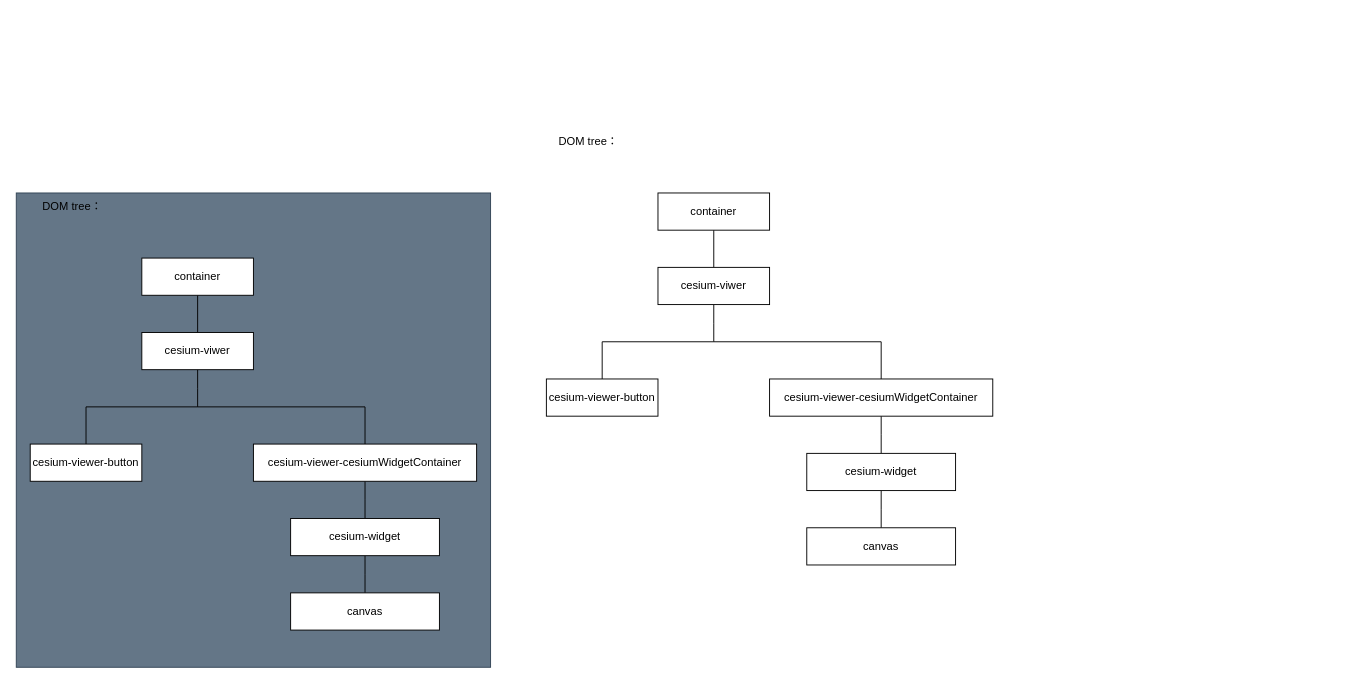
bigbigbig2/mind-map keeps this draw.io diagram as page "Viewer" (2 of 3) of cesium.drawio. Above is the earlier version. Source tidied: cells renumbered, new cells numbered last; positions are measured from the earlier drawing's top-left corner, leaving out a move shared by most shapes. Both pictures are drawn from the tidied source at 93%, with x=0, y=0 at pixel (16, 127).
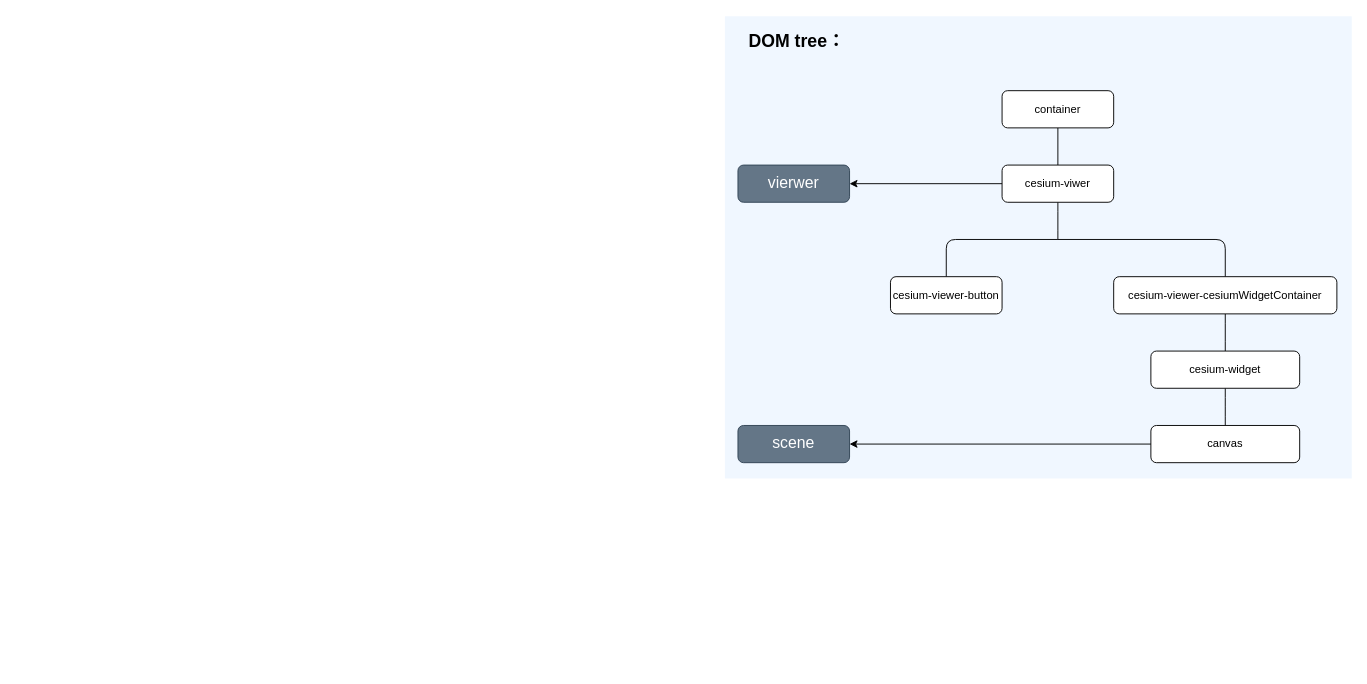
The same page after the edit.

Change to the diagram source:
```diff
@@
-    <mxCell id="2" style="edgeStyle=elbowEdgeStyle;rounded=0;jettySize=auto;html=1;startArrow=none;endArrow=none;strokeColor=default;exitX=0.5;exitY=1;exitDx=0;exitDy=0;entryX=0.5;entryY=0;entryDx=0;entryDy=0;" parent="1" edge="1" source="5" target="7">
-      <mxGeometry relative="1" as="geometry">
-        <Array as="points">
-          <mxPoint x="750" y="150" />
-          <mxPoint x="590" y="160" />
-          <mxPoint x="720" y="120" />
-          <mxPoint x="720" y="120" />
-          <mxPoint x="600" y="130" />
-        </Array>
-      </mxGeometry>
-    </mxCell>
-    <mxCell id="3" style="edgeStyle=elbowEdgeStyle;rounded=0;jettySize=auto;html=1;startArrow=none;endArrow=none;strokeColor=default;entryX=0.5;entryY=0;entryDx=0;entryDy=0;" parent="1" edge="1" target="10">
-      <mxGeometry relative="1" as="geometry">
-        <mxPoint x="750" y="230" as="sourcePoint" />
-        <Array as="points">
-          <mxPoint x="930" y="250" />
-          <mxPoint x="910" y="150" />
-          <mxPoint x="890" y="120" />
-        </Array>
-      </mxGeometry>
-    </mxCell>
-    <mxCell id="4" style="edgeStyle=elbowEdgeStyle;jettySize=auto;html=1;startArrow=none;endArrow=none;strokeColor=default;rounded=0;" parent="1" edge="1" target="11">
-      <mxGeometry relative="1" as="geometry">
-        <mxPoint x="750" y="230" as="sourcePoint" />
-        <Array as="points">
-          <mxPoint x="630" y="260" />
-          <mxPoint x="600" y="250" />
-          <mxPoint x="750" y="240" />
-        </Array>
-      </mxGeometry>
-    </mxCell>
-    <mxCell id="5" value="container" style="whiteSpace=wrap;html=1;align=center;newEdgeStyle={&quot;edgeStyle&quot;:&quot;elbowEdgeStyle&quot;,&quot;startArrow&quot;:&quot;none&quot;,&quot;endArrow&quot;:&quot;none&quot;};rounded=0;" parent="1" vertex="1">
-      <mxGeometry x="690" y="70" width="120" height="40" as="geometry" />
-    </mxCell>
-    <mxCell id="6" style="edgeStyle=elbowEdgeStyle;rounded=0;jettySize=auto;html=1;startArrow=none;endArrow=none;strokeColor=default;" parent="1" edge="1" source="7">
-      <mxGeometry relative="1" as="geometry">
-        <mxPoint x="750" y="230" as="targetPoint" />
-      </mxGeometry>
-    </mxCell>
-    <mxCell id="7" value="cesium-viwer" style="whiteSpace=wrap;html=1;align=center;newEdgeStyle={&quot;edgeStyle&quot;:&quot;elbowEdgeStyle&quot;,&quot;startArrow&quot;:&quot;none&quot;,&quot;endArrow&quot;:&quot;none&quot;};rounded=0;" parent="1" vertex="1">
-      <mxGeometry x="690" y="150" width="120" height="40" as="geometry" />
-    </mxCell>
-    <mxCell id="8" value="DOM tree：" style="text;html=1;align=center;verticalAlign=middle;strokeColor=none;fillColor=none;rounded=0;" parent="1" vertex="1">
-      <mxGeometry x="570" width="90" height="30" as="geometry" />
-    </mxCell>
-    <mxCell id="9" style="edgeStyle=elbowEdgeStyle;rounded=0;jettySize=auto;html=1;startArrow=none;endArrow=none;" parent="1" edge="1" source="10" target="13">
-      <mxGeometry relative="1" as="geometry" />
-    </mxCell>
-    <mxCell id="10" value="cesium-viewer-cesiumWidgetContainer" style="whiteSpace=wrap;html=1;align=center;newEdgeStyle={&quot;edgeStyle&quot;:&quot;elbowEdgeStyle&quot;,&quot;startArrow&quot;:&quot;none&quot;,&quot;endArrow&quot;:&quot;none&quot;};rounded=0;" parent="1" vertex="1">
-      <mxGeometry x="810" y="270" width="240" height="40" as="geometry" />
-    </mxCell>
-    <mxCell id="11" value="cesium-viewer-button" style="whiteSpace=wrap;html=1;align=center;newEdgeStyle={&quot;edgeStyle&quot;:&quot;elbowEdgeStyle&quot;,&quot;startArrow&quot;:&quot;none&quot;,&quot;endArrow&quot;:&quot;none&quot;};rounded=0;" parent="1" vertex="1">
-      <mxGeometry x="570" y="270" width="120" height="40" as="geometry" />
-    </mxCell>
-    <mxCell id="12" style="edgeStyle=elbowEdgeStyle;rounded=0;jettySize=auto;html=1;startArrow=none;endArrow=none;" parent="1" edge="1" source="13" target="14">
-      <mxGeometry relative="1" as="geometry" />
-    </mxCell>
-    <mxCell id="13" value="cesium-widget" style="whiteSpace=wrap;html=1;align=center;newEdgeStyle={&quot;edgeStyle&quot;:&quot;elbowEdgeStyle&quot;,&quot;startArrow&quot;:&quot;none&quot;,&quot;endArrow&quot;:&quot;none&quot;};rounded=0;" parent="1" vertex="1">
-      <mxGeometry x="850" y="350" width="160" height="40" as="geometry" />
-    </mxCell>
-    <mxCell id="14" value="canvas" style="whiteSpace=wrap;html=1;align=center;newEdgeStyle={&quot;edgeStyle&quot;:&quot;elbowEdgeStyle&quot;,&quot;startArrow&quot;:&quot;none&quot;,&quot;endArrow&quot;:&quot;none&quot;};rounded=0;" parent="1" vertex="1">
-      <mxGeometry x="850" y="430" width="160" height="40" as="geometry" />
-    </mxCell>
-    <mxCell id="15" style="whiteSpace=wrap;html=1;fillColor=#647687;strokeColor=#314354;fontColor=#ffffff;" parent="1" vertex="1">
-      <mxGeometry y="70" width="510" height="510" as="geometry" />
-    </mxCell>
-    <mxCell id="16" style="edgeStyle=elbowEdgeStyle;rounded=0;jettySize=auto;html=1;startArrow=none;endArrow=none;strokeColor=default;exitX=0.5;exitY=1;exitDx=0;exitDy=0;entryX=0.5;entryY=0;entryDx=0;entryDy=0;" parent="1" edge="1" source="19" target="21">
-      <mxGeometry relative="1" as="geometry">
-        <Array as="points">
-          <mxPoint x="195" y="220" />
-          <mxPoint x="35" y="230" />
-          <mxPoint x="165" y="190" />
-          <mxPoint x="165" y="190" />
-          <mxPoint x="45" y="200" />
-        </Array>
-      </mxGeometry>
-    </mxCell>
-    <mxCell id="17" style="edgeStyle=elbowEdgeStyle;rounded=0;jettySize=auto;html=1;startArrow=none;endArrow=none;strokeColor=default;entryX=0.5;entryY=0;entryDx=0;entryDy=0;" parent="1" edge="1" target="24">
-      <mxGeometry relative="1" as="geometry">
-        <mxPoint x="195" y="300" as="sourcePoint" />
-        <Array as="points">
-          <mxPoint x="375" y="320" />
-          <mxPoint x="355" y="220" />
-          <mxPoint x="335" y="190" />
-        </Array>
-      </mxGeometry>
-    </mxCell>
-    <mxCell id="18" style="edgeStyle=elbowEdgeStyle;jettySize=auto;html=1;startArrow=none;endArrow=none;strokeColor=default;rounded=0;" parent="1" edge="1" target="25">
-      <mxGeometry relative="1" as="geometry">
-        <mxPoint x="195" y="300" as="sourcePoint" />
-        <Array as="points">
-          <mxPoint x="75" y="330" />
-          <mxPoint x="45" y="320" />
-          <mxPoint x="195" y="310" />
-        </Array>
-      </mxGeometry>
-    </mxCell>
-    <mxCell id="19" value="container" style="whiteSpace=wrap;html=1;align=center;newEdgeStyle={&quot;edgeStyle&quot;:&quot;elbowEdgeStyle&quot;,&quot;startArrow&quot;:&quot;none&quot;,&quot;endArrow&quot;:&quot;none&quot;};rounded=0;" parent="1" vertex="1">
-      <mxGeometry x="135" y="140" width="120" height="40" as="geometry" />
-    </mxCell>
-    <mxCell id="20" style="edgeStyle=elbowEdgeStyle;rounded=0;jettySize=auto;html=1;startArrow=none;endArrow=none;strokeColor=default;" parent="1" edge="1" source="21">
-      <mxGeometry relative="1" as="geometry">
-        <mxPoint x="195" y="300" as="targetPoint" />
-      </mxGeometry>
-    </mxCell>
-    <mxCell id="21" value="cesium-viwer" style="whiteSpace=wrap;html=1;align=center;newEdgeStyle={&quot;edgeStyle&quot;:&quot;elbowEdgeStyle&quot;,&quot;startArrow&quot;:&quot;none&quot;,&quot;endArrow&quot;:&quot;none&quot;};rounded=0;" parent="1" vertex="1">
-      <mxGeometry x="135" y="220" width="120" height="40" as="geometry" />
-    </mxCell>
-    <mxCell id="22" value="DOM tree：" style="text;html=1;align=center;verticalAlign=middle;strokeColor=none;fillColor=none;rounded=0;" parent="1" vertex="1">
-      <mxGeometry x="15" y="70" width="90" height="30" as="geometry" />
-    </mxCell>
-    <mxCell id="23" style="edgeStyle=elbowEdgeStyle;rounded=0;jettySize=auto;html=1;startArrow=none;endArrow=none;" parent="1" edge="1" source="24" target="27">
-      <mxGeometry relative="1" as="geometry" />
-    </mxCell>
-    <mxCell id="24" value="cesium-viewer-cesiumWidgetContainer" style="whiteSpace=wrap;html=1;align=center;newEdgeStyle={&quot;edgeStyle&quot;:&quot;elbowEdgeStyle&quot;,&quot;startArrow&quot;:&quot;none&quot;,&quot;endArrow&quot;:&quot;none&quot;};rounded=0;" parent="1" vertex="1">
-      <mxGeometry x="255" y="340" width="240" height="40" as="geometry" />
-    </mxCell>
-    <mxCell id="25" value="cesium-viewer-button" style="whiteSpace=wrap;html=1;align=center;newEdgeStyle={&quot;edgeStyle&quot;:&quot;elbowEdgeStyle&quot;,&quot;startArrow&quot;:&quot;none&quot;,&quot;endArrow&quot;:&quot;none&quot;};rounded=0;" parent="1" vertex="1">
-      <mxGeometry x="15" y="340" width="120" height="40" as="geometry" />
-    </mxCell>
-    <mxCell id="26" style="edgeStyle=elbowEdgeStyle;rounded=0;jettySize=auto;html=1;startArrow=none;endArrow=none;" parent="1" edge="1" source="27" target="28">
-      <mxGeometry relative="1" as="geometry" />
-    </mxCell>
-    <mxCell id="27" value="cesium-widget" style="whiteSpace=wrap;html=1;align=center;newEdgeStyle={&quot;edgeStyle&quot;:&quot;elbowEdgeStyle&quot;,&quot;startArrow&quot;:&quot;none&quot;,&quot;endArrow&quot;:&quot;none&quot;};rounded=0;" parent="1" vertex="1">
-      <mxGeometry x="295" y="420" width="160" height="40" as="geometry" />
-    </mxCell>
-    <mxCell id="28" value="canvas" style="whiteSpace=wrap;html=1;align=center;newEdgeStyle={&quot;edgeStyle&quot;:&quot;elbowEdgeStyle&quot;,&quot;startArrow&quot;:&quot;none&quot;,&quot;endArrow&quot;:&quot;none&quot;};rounded=0;" parent="1" vertex="1">
-      <mxGeometry x="295" y="500" width="160" height="40" as="geometry" />
-    </mxCell>
+    <mxCell id="29" style="rounded=0;whiteSpace=wrap;html=1;dashed=1;fillColor=#cce5ff;opacity=30;strokeColor=none;" parent="1" vertex="1">
+      <mxGeometry x="762" y="-120" width="674" height="497" as="geometry" />
+    </mxCell>
+    <mxCell id="30" style="edgeStyle=elbowEdgeStyle;rounded=1;jettySize=auto;html=1;startArrow=none;endArrow=none;strokeColor=default;exitX=0.5;exitY=1;exitDx=0;exitDy=0;entryX=0.5;entryY=0;entryDx=0;entryDy=0;" parent="1" edge="1" source="33" target="35">
+      <mxGeometry relative="1" as="geometry">
+        <Array as="points">
+          <mxPoint x="1120" y="40" />
+          <mxPoint x="960" y="50" />
+          <mxPoint x="1090" y="10" />
+          <mxPoint x="1090" y="10" />
+          <mxPoint x="970" y="20" />
+        </Array>
+      </mxGeometry>
+    </mxCell>
+    <mxCell id="31" style="edgeStyle=elbowEdgeStyle;rounded=1;jettySize=auto;html=1;startArrow=none;endArrow=none;strokeColor=default;entryX=0.5;entryY=0;entryDx=0;entryDy=0;" parent="1" edge="1" target="38">
+      <mxGeometry relative="1" as="geometry">
+        <mxPoint x="1120" y="120" as="sourcePoint" />
+        <Array as="points">
+          <mxPoint x="1300" y="140" />
+          <mxPoint x="1280" y="40" />
+          <mxPoint x="1260" y="10" />
+        </Array>
+      </mxGeometry>
+    </mxCell>
+    <mxCell id="32" style="edgeStyle=elbowEdgeStyle;jettySize=auto;html=1;startArrow=none;endArrow=none;strokeColor=default;rounded=1;" parent="1" edge="1" target="39">
+      <mxGeometry relative="1" as="geometry">
+        <mxPoint x="1120" y="120" as="sourcePoint" />
+        <Array as="points">
+          <mxPoint x="1000" y="150" />
+          <mxPoint x="970" y="140" />
+          <mxPoint x="1120" y="130" />
+        </Array>
+      </mxGeometry>
+    </mxCell>
+    <mxCell id="33" value="container" style="whiteSpace=wrap;html=1;align=center;newEdgeStyle={&quot;edgeStyle&quot;:&quot;elbowEdgeStyle&quot;,&quot;startArrow&quot;:&quot;none&quot;,&quot;endArrow&quot;:&quot;none&quot;};rounded=1;" parent="1" vertex="1">
+      <mxGeometry x="1060" y="-40" width="120" height="40" as="geometry" />
+    </mxCell>
+    <mxCell id="34" style="edgeStyle=elbowEdgeStyle;rounded=1;jettySize=auto;html=1;startArrow=none;endArrow=none;strokeColor=default;" parent="1" edge="1" source="35">
+      <mxGeometry relative="1" as="geometry">
+        <mxPoint x="1120" y="120" as="targetPoint" />
+      </mxGeometry>
+    </mxCell>
+    <mxCell id="35" value="cesium-viwer" style="whiteSpace=wrap;html=1;align=center;newEdgeStyle={&quot;edgeStyle&quot;:&quot;elbowEdgeStyle&quot;,&quot;startArrow&quot;:&quot;none&quot;,&quot;endArrow&quot;:&quot;none&quot;};rounded=1;" parent="1" vertex="1">
+      <mxGeometry x="1060" y="40" width="120" height="40" as="geometry" />
+    </mxCell>
+    <mxCell id="36" value="&lt;font style=&quot;font-size: 19px;&quot;&gt;&lt;b&gt;DOM tree：&lt;/b&gt;&lt;/font&gt;" style="text;html=1;align=center;verticalAlign=middle;strokeColor=none;fillColor=none;rounded=1;" parent="1" vertex="1">
+      <mxGeometry x="778" y="-111" width="121" height="35" as="geometry" />
+    </mxCell>
+    <mxCell id="37" style="edgeStyle=elbowEdgeStyle;rounded=1;jettySize=auto;html=1;startArrow=none;endArrow=none;" parent="1" edge="1" source="38" target="41">
+      <mxGeometry relative="1" as="geometry" />
+    </mxCell>
+    <mxCell id="38" value="cesium-viewer-cesiumWidgetContainer" style="whiteSpace=wrap;html=1;align=center;newEdgeStyle={&quot;edgeStyle&quot;:&quot;elbowEdgeStyle&quot;,&quot;startArrow&quot;:&quot;none&quot;,&quot;endArrow&quot;:&quot;none&quot;};rounded=1;" parent="1" vertex="1">
+      <mxGeometry x="1180" y="160" width="240" height="40" as="geometry" />
+    </mxCell>
+    <mxCell id="39" value="cesium-viewer-button" style="whiteSpace=wrap;html=1;align=center;newEdgeStyle={&quot;edgeStyle&quot;:&quot;elbowEdgeStyle&quot;,&quot;startArrow&quot;:&quot;none&quot;,&quot;endArrow&quot;:&quot;none&quot;};rounded=1;" parent="1" vertex="1">
+      <mxGeometry x="940" y="160" width="120" height="40" as="geometry" />
+    </mxCell>
+    <mxCell id="40" style="edgeStyle=elbowEdgeStyle;rounded=1;jettySize=auto;html=1;startArrow=none;endArrow=none;" parent="1" edge="1" source="41" target="42">
+      <mxGeometry relative="1" as="geometry" />
+    </mxCell>
+    <mxCell id="41" value="cesium-widget" style="whiteSpace=wrap;html=1;align=center;newEdgeStyle={&quot;edgeStyle&quot;:&quot;elbowEdgeStyle&quot;,&quot;startArrow&quot;:&quot;none&quot;,&quot;endArrow&quot;:&quot;none&quot;};rounded=1;" parent="1" vertex="1">
+      <mxGeometry x="1220" y="240" width="160" height="40" as="geometry" />
+    </mxCell>
+    <mxCell id="42" value="canvas" style="whiteSpace=wrap;html=1;align=center;newEdgeStyle={&quot;edgeStyle&quot;:&quot;elbowEdgeStyle&quot;,&quot;startArrow&quot;:&quot;none&quot;,&quot;endArrow&quot;:&quot;none&quot;};rounded=1;" parent="1" vertex="1">
+      <mxGeometry x="1220" y="320" width="160" height="40" as="geometry" />
+    </mxCell>
+    <mxCell id="43" value="scene" style="whiteSpace=wrap;html=1;align=center;verticalAlign=middle;newEdgeStyle={&quot;edgeStyle&quot;:&quot;elbowEdgeStyle&quot;,&quot;startArrow&quot;:&quot;none&quot;,&quot;endArrow&quot;:&quot;none&quot;};fontSize=17;rounded=1;fillColor=#647687;strokeColor=#314354;fontColor=#ffffff;" parent="1" vertex="1">
+      <mxGeometry x="776" y="320" width="120" height="40" as="geometry" />
+    </mxCell>
+    <mxCell id="44" style="endArrow=classic;html=1;rounded=0;exitX=0;exitY=0.5;exitDx=0;exitDy=0;entryX=1;entryY=0.5;entryDx=0;entryDy=0;" parent="1" edge="1" source="42" target="43">
+      <mxGeometry relative="1" as="geometry" />
+    </mxCell>
+    <mxCell id="45" value="vierwer" style="whiteSpace=wrap;html=1;align=center;newEdgeStyle={&quot;edgeStyle&quot;:&quot;elbowEdgeStyle&quot;,&quot;startArrow&quot;:&quot;none&quot;,&quot;endArrow&quot;:&quot;none&quot;};fontSize=17;rounded=1;fillColor=#647687;fontColor=#ffffff;strokeColor=#314354;" parent="1" vertex="1">
+      <mxGeometry x="776" y="40" width="120" height="40" as="geometry" />
+    </mxCell>
+    <mxCell id="46" style="endArrow=classic;html=1;rounded=0;exitX=0;exitY=0.5;exitDx=0;exitDy=0;entryX=1;entryY=0.5;entryDx=0;entryDy=0;" parent="1" edge="1" source="35" target="45">
+      <mxGeometry relative="1" as="geometry" />
+    </mxCell>
```
